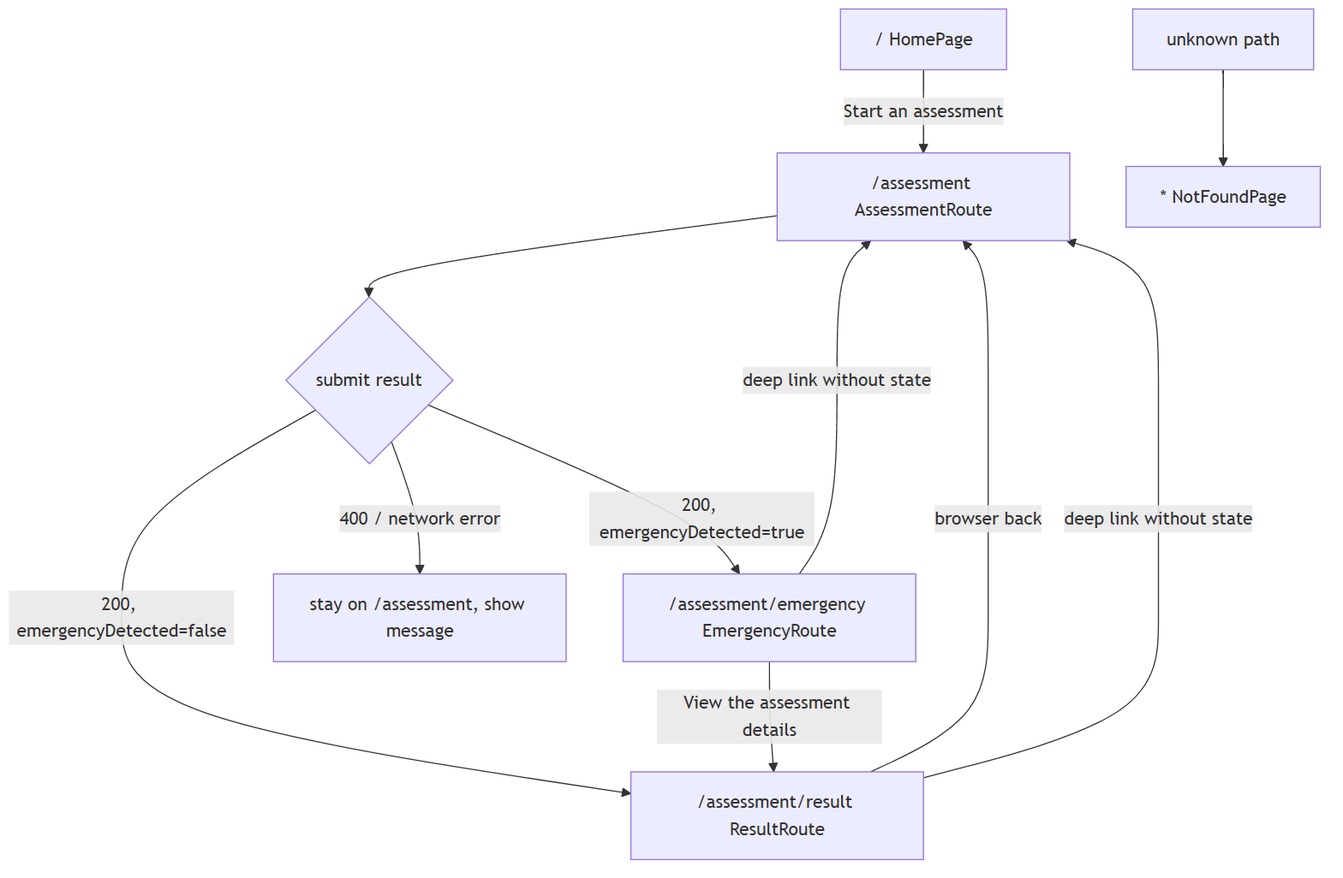
Earlier version of the Mermaid export docs/diagrams/iteration4/navigation_flow.png (Disease-Prediction-ASET26/disease-prediction-fe). Its source is kept beside it as docs/diagrams/iteration4/navigation_flow.mmd. Source of this version:
```mermaid
flowchart TD
    H["/ HomePage"] -->|Start an assessment| A["/assessment AssessmentRoute"]
    A --> S{submit result}
    S -->|200, emergencyDetected=false| R["/assessment/result ResultRoute"]
    S -->|200, emergencyDetected=true| E["/assessment/emergency EmergencyRoute"]
    S -->|400 / network error| A2[stay on /assessment, show message]
    E -->|View the assessment details| R
    R -->|browser back| A
    R -->|deep link without state| A
    E -->|deep link without state| A
    X[unknown path] --> NF["* NotFoundPage"]
```
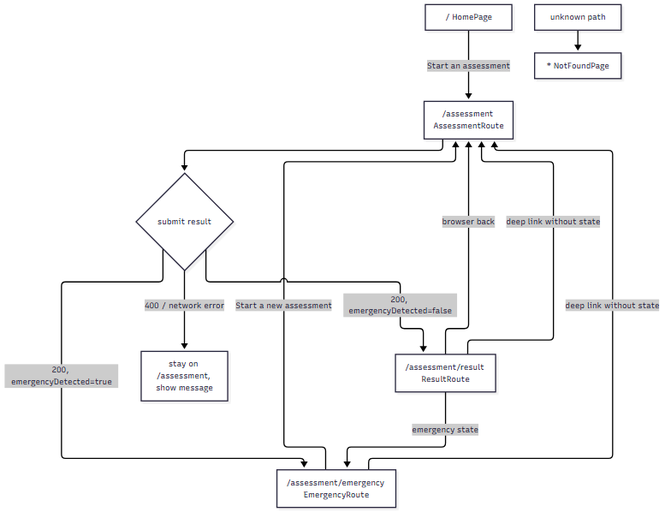
Later version of the same file.

Commit message:
fix(web): emergency route halts prediction (FR-P5)

Change to the diagram source:
```diff
@@ -4,7 +4,8 @@
     S -->|200, emergencyDetected=false| R["/assessment/result ResultRoute"]
     S -->|200, emergencyDetected=true| E["/assessment/emergency EmergencyRoute"]
     S -->|400 / network error| A2[stay on /assessment, show message]
-    E -->|View the assessment details| R
+    R -->|emergency state| E
+    E -->|Start a new assessment| A
     R -->|browser back| A
     R -->|deep link without state| A
     E -->|deep link without state| A
```
